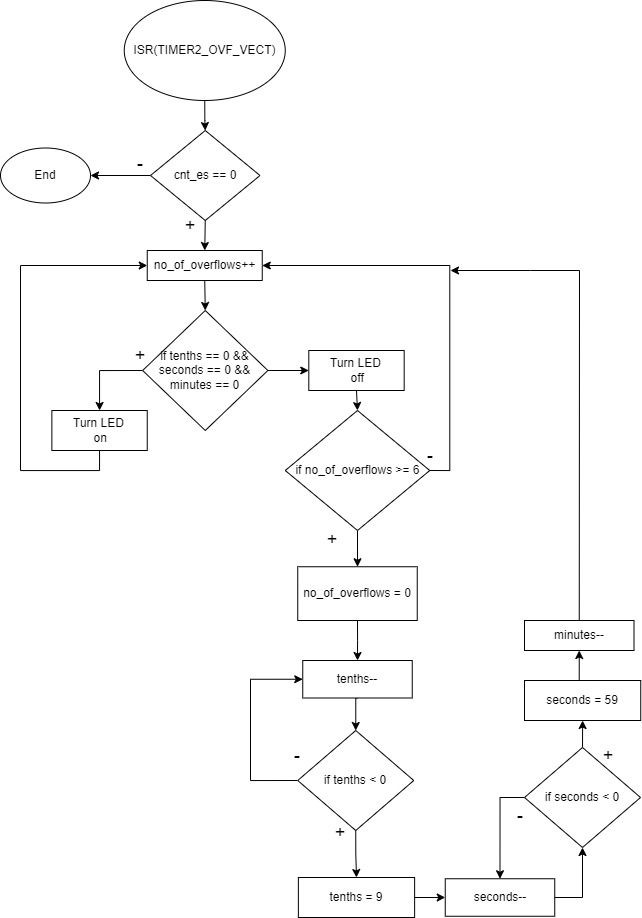
Before: project1/timer.drawio.png, a diagram exported from draw.io (OndraFoltyn/digital-electronics-2). Source tidied: cells renumbered, new cells last; positions are measured from the earlier drawing's top-left corner, leaving out a move shared by most shapes.
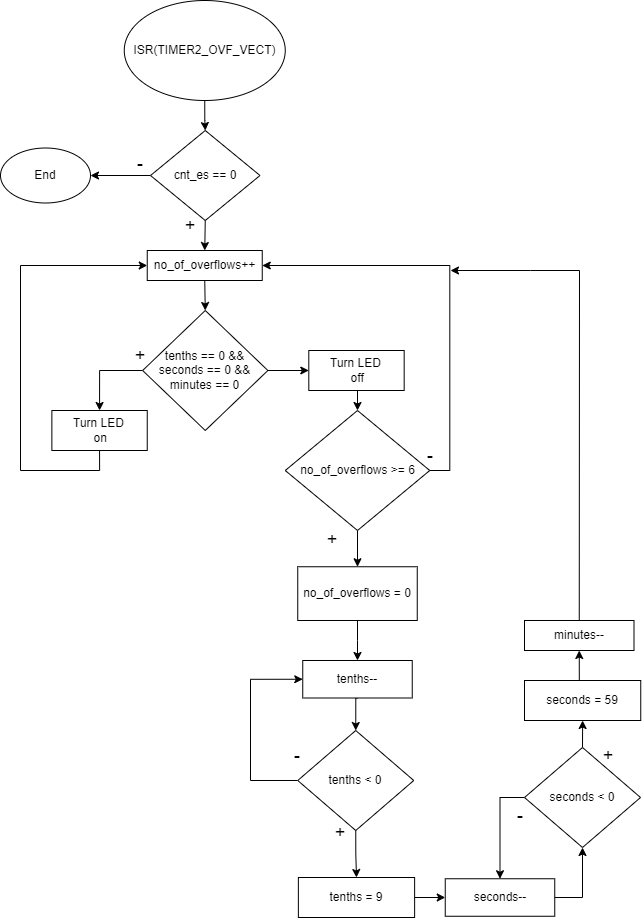
Above is the later version.

What changed in the source:
```diff
@@ -29,7 +29,7 @@
     <mxCell id="10" style="edgeStyle=orthogonalEdgeStyle;rounded=0;jettySize=auto;html=1;exitX=1;exitY=0.5;exitDx=0;exitDy=0;entryX=1;entryY=0.5;entryDx=0;entryDy=0;" parent="1" edge="1" source="11" target="8">
       <mxGeometry relative="1" as="geometry" />
     </mxCell>
-    <mxCell id="11" value="if no_of_overflows &amp;gt;= 6" style="rhombus;whiteSpace=wrap;html=1;" parent="1" vertex="1">
+    <mxCell id="11" value="no_of_overflows &amp;gt;= 6" style="rhombus;whiteSpace=wrap;html=1;" parent="1" vertex="1">
       <mxGeometry x="284.8" y="410" width="144.5" height="120" as="geometry" />
     </mxCell>
     <mxCell id="12" value="End" style="ellipse;whiteSpace=wrap;html=1;" parent="1" vertex="1">
@@ -67,7 +67,7 @@
         </Array>
       </mxGeometry>
     </mxCell>
-    <mxCell id="22" value="if tenths &amp;lt; 0" style="rhombus;whiteSpace=wrap;html=1;rounded=0;" parent="1" vertex="1">
+    <mxCell id="22" value="tenths &amp;lt; 0" style="rhombus;whiteSpace=wrap;html=1;rounded=0;" parent="1" vertex="1">
       <mxGeometry x="297.2" y="730" width="116" height="100" as="geometry" />
     </mxCell>
     <mxCell id="23" value="&lt;font style=&quot;font-size: 18px;&quot;&gt;-&lt;/font&gt;" style="text;html=1;strokeColor=none;fillColor=none;align=center;verticalAlign=middle;whiteSpace=wrap;rounded=0;" parent="1" vertex="1">
@@ -91,7 +91,7 @@
     <mxCell id="29" style="edgeStyle=orthogonalEdgeStyle;rounded=0;jettySize=auto;html=1;exitX=0.5;exitY=0;exitDx=0;exitDy=0;entryX=0.5;entryY=1;entryDx=0;entryDy=0;" parent="1" edge="1" source="30" target="32">
       <mxGeometry relative="1" as="geometry" />
     </mxCell>
-    <mxCell id="30" value="if seconds &amp;lt; 0" style="rhombus;whiteSpace=wrap;html=1;rounded=0;" parent="1" vertex="1">
+    <mxCell id="30" value="seconds &amp;lt; 0" style="rhombus;whiteSpace=wrap;html=1;rounded=0;" parent="1" vertex="1">
       <mxGeometry x="524" y="747" width="116" height="100" as="geometry" />
     </mxCell>
     <mxCell id="31" style="edgeStyle=orthogonalEdgeStyle;rounded=0;jettySize=auto;html=1;exitX=0.5;exitY=0;exitDx=0;exitDy=0;entryX=0.5;entryY=1;entryDx=0;entryDy=0;" parent="1" edge="1" source="32" target="33">
@@ -118,7 +118,7 @@
     <mxCell id="38" style="edgeStyle=orthogonalEdgeStyle;rounded=0;jettySize=auto;html=1;exitX=1;exitY=0.5;exitDx=0;exitDy=0;entryX=0;entryY=0.5;entryDx=0;entryDy=0;" parent="1" edge="1" source="39" target="46">
       <mxGeometry relative="1" as="geometry" />
     </mxCell>
-    <mxCell id="39" value="if tenths == 0 &amp;amp;&amp;amp; seconds == 0 &amp;amp;&amp;amp; minutes == 0" style="rhombus;whiteSpace=wrap;html=1;" parent="1" vertex="1">
+    <mxCell id="39" value="tenths == 0 &amp;amp;&amp;amp; seconds == 0 &amp;amp;&amp;amp; minutes == 0" style="rhombus;whiteSpace=wrap;html=1;" parent="1" vertex="1">
       <mxGeometry x="142.1" y="310" width="125.2" height="120" as="geometry" />
     </mxCell>
     <mxCell id="40" style="edgeStyle=orthogonalEdgeStyle;rounded=0;jettySize=auto;html=1;exitX=0.5;exitY=1;exitDx=0;exitDy=0;entryX=0;entryY=0.5;entryDx=0;entryDy=0;" parent="1" edge="1" source="41" target="8">
```
